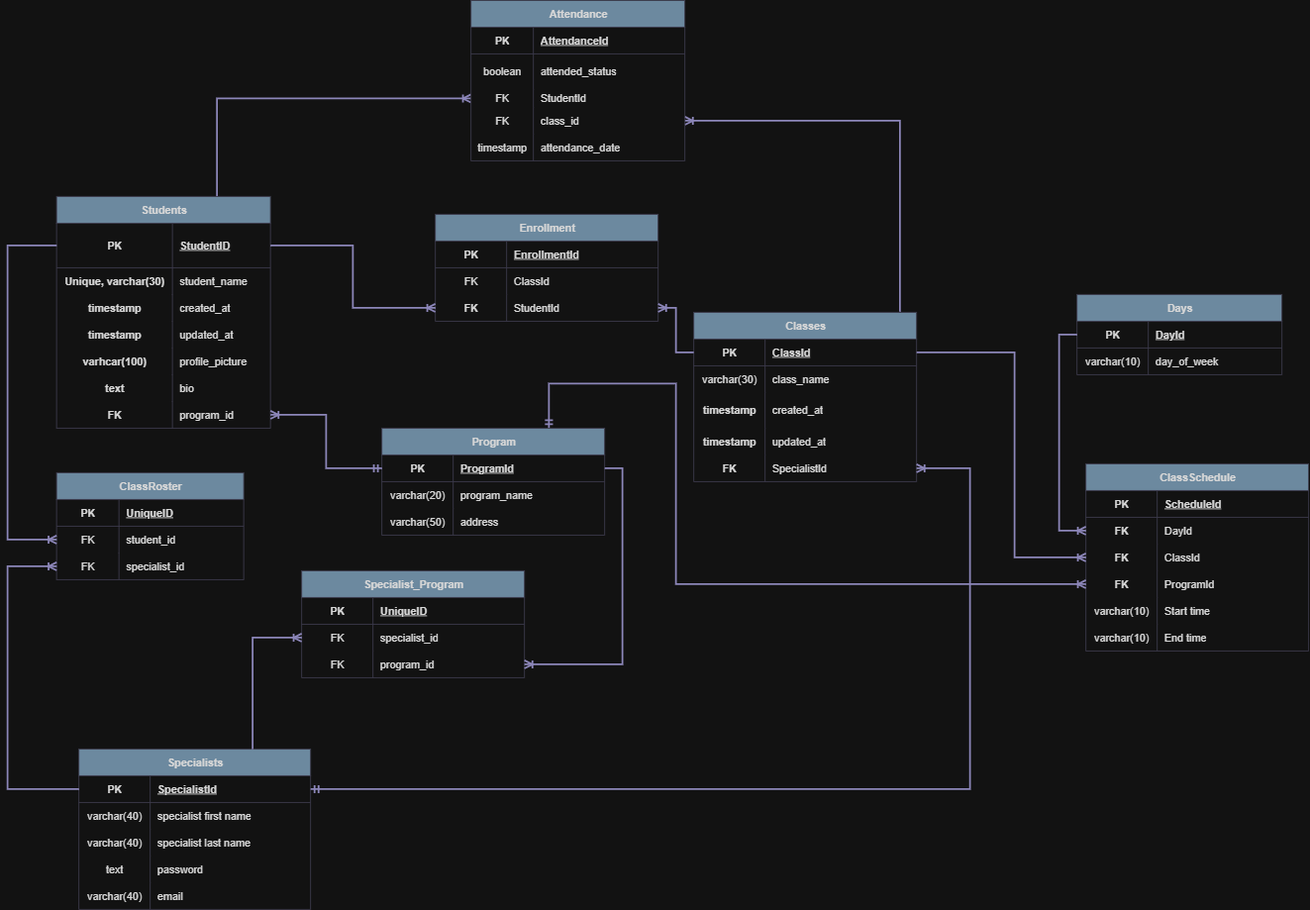
darienmiller88/AttendanceTracker keeps this draw.io diagram as AttendanceTrackerApp/docs/diagrams/attendance tracker schema diagram.png. Above is the earlier version. Source tidied: cells renumbered, new cells last; positions are measured from the earlier drawing's top-left corner, leaving out a move shared by most shapes.
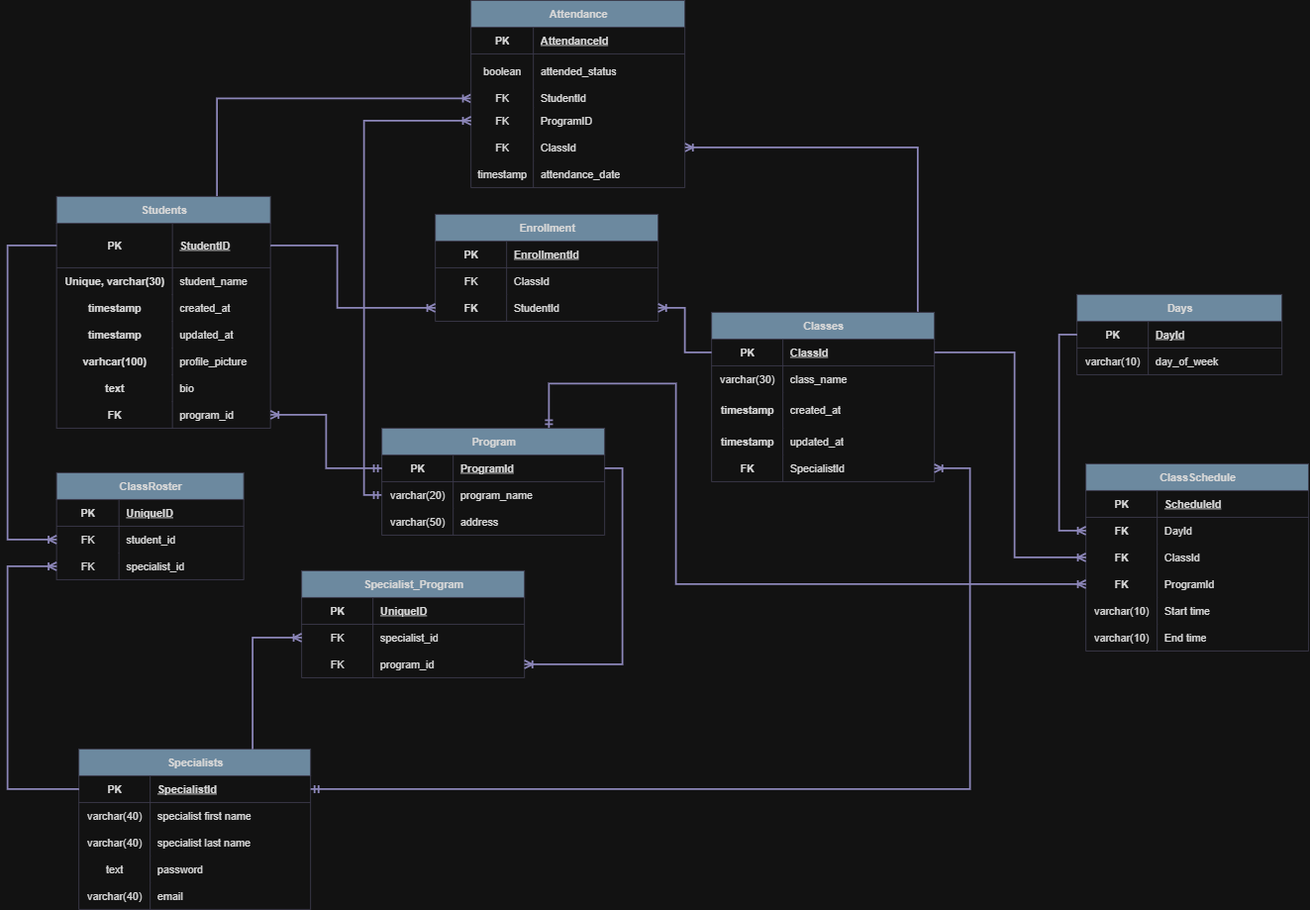
After the commit.

Commit message:
chore: updated design doc by typing out descriptions of db tables, for Attendance table

What changed in the source:
```diff
@@ -6,7 +6,7 @@
       <mxGeometry relative="1" as="geometry" />
     </mxCell>
     <mxCell id="3" value="Classes" style="shape=table;startSize=30;rowLines=0;fontStyle=1;align=center;html=1;labelBackgroundColor=none;fillColor=#5D7F99;strokeColor=#D0CEE2;fontColor=#1A1A1A;" parent="1" vertex="1">
-      <mxGeometry x="770" y="350" width="250" height="190" as="geometry" />
+      <mxGeometry x="790" y="350" width="250" height="190" as="geometry" />
     </mxCell>
     <mxCell id="4" style="shape=tableRow;horizontal=0;startSize=0;swimlaneHead=0;swimlaneBody=0;fillColor=none;points=[[0,0.5],[1,0.5]];portConstraint=eastwest;top=0;left=0;right=0;bottom=1;labelBackgroundColor=none;strokeColor=#D0CEE2;fontColor=#1A1A1A;" parent="3" vertex="1">
       <mxGeometry y="30" width="250" height="30" as="geometry" />
@@ -123,7 +123,7 @@
       <mxGeometry x="130" width="110" height="30" as="geometry" />
     </mxCell>
     <mxCell id="42" value="Attendance" style="shape=table;startSize=30;rowLines=0;fontStyle=1;align=center;html=1;labelBackgroundColor=none;fillColor=#5D7F99;strokeColor=#D0CEE2;fontColor=#1A1A1A;" parent="1" vertex="1">
-      <mxGeometry x="520" width="240" height="180" as="geometry" />
+      <mxGeometry x="520" width="240" height="210" as="geometry" />
     </mxCell>
     <mxCell id="43" style="shape=tableRow;horizontal=0;startSize=0;swimlaneHead=0;swimlaneBody=0;fillColor=none;top=0;left=0;right=0;bottom=1;labelBackgroundColor=none;strokeColor=#D0CEE2;fontColor=#1A1A1A;" parent="42" vertex="1">
       <mxGeometry y="30" width="240" height="30" as="geometry" />
@@ -152,17 +152,26 @@
     <mxCell id="51" value="StudentId" style="shape=partialRectangle;fillColor=none;top=0;left=0;bottom=0;right=0;align=left;spacingLeft=6;overflow=hidden;whiteSpace=wrap;html=1;labelBackgroundColor=none;strokeColor=#D0CEE2;fontColor=#1A1A1A;" parent="49" vertex="1">
       <mxGeometry x="70" width="170" height="20" as="geometry" />
     </mxCell>
+    <mxCell id="151" style="shape=tableRow;horizontal=0;startSize=0;swimlaneHead=0;swimlaneBody=0;fillColor=none;points=[[0,0.5],[1,0.5]];portConstraint=eastwest;top=0;left=0;right=0;bottom=0;labelBackgroundColor=none;strokeColor=#D0CEE2;fontColor=#1A1A1A;" parent="42" vertex="1">
+      <mxGeometry y="120" width="240" height="30" as="geometry" />
+    </mxCell>
+    <mxCell id="152" value="FK" style="shape=partialRectangle;fillColor=none;top=0;left=0;bottom=0;right=0;overflow=hidden;whiteSpace=wrap;html=1;labelBackgroundColor=none;strokeColor=#D0CEE2;fontColor=#1A1A1A;" parent="151" vertex="1">
+      <mxGeometry width="70" height="30" as="geometry" />
+    </mxCell>
+    <mxCell id="153" value="ProgramID" style="shape=partialRectangle;fillColor=none;top=0;left=0;bottom=0;right=0;align=left;spacingLeft=6;overflow=hidden;whiteSpace=wrap;html=1;labelBackgroundColor=none;strokeColor=#D0CEE2;fontColor=#1A1A1A;" parent="151" vertex="1">
+      <mxGeometry x="70" width="170" height="30" as="geometry" />
+    </mxCell>
     <mxCell id="52" style="shape=tableRow;horizontal=0;startSize=0;swimlaneHead=0;swimlaneBody=0;fillColor=none;points=[[0,0.5],[1,0.5]];portConstraint=eastwest;top=0;left=0;right=0;bottom=0;labelBackgroundColor=none;strokeColor=#D0CEE2;fontColor=#1A1A1A;" parent="42" vertex="1">
-      <mxGeometry y="120" width="240" height="30" as="geometry" />
+      <mxGeometry y="150" width="240" height="30" as="geometry" />
     </mxCell>
     <mxCell id="53" value="FK" style="shape=partialRectangle;fillColor=none;top=0;left=0;bottom=0;right=0;overflow=hidden;whiteSpace=wrap;html=1;labelBackgroundColor=none;strokeColor=#D0CEE2;fontColor=#1A1A1A;" parent="52" vertex="1">
       <mxGeometry width="70" height="30" as="geometry" />
     </mxCell>
-    <mxCell id="54" value="class_id" style="shape=partialRectangle;fillColor=none;top=0;left=0;bottom=0;right=0;align=left;spacingLeft=6;overflow=hidden;whiteSpace=wrap;html=1;labelBackgroundColor=none;strokeColor=#D0CEE2;fontColor=#1A1A1A;" parent="52" vertex="1">
+    <mxCell id="54" value="ClassId" style="shape=partialRectangle;fillColor=none;top=0;left=0;bottom=0;right=0;align=left;spacingLeft=6;overflow=hidden;whiteSpace=wrap;html=1;labelBackgroundColor=none;strokeColor=#D0CEE2;fontColor=#1A1A1A;" parent="52" vertex="1">
       <mxGeometry x="70" width="170" height="30" as="geometry" />
     </mxCell>
     <mxCell id="55" style="shape=tableRow;horizontal=0;startSize=0;swimlaneHead=0;swimlaneBody=0;fillColor=none;top=0;left=0;right=0;bottom=0;labelBackgroundColor=none;strokeColor=#D0CEE2;fontColor=#1A1A1A;" parent="42" vertex="1">
-      <mxGeometry y="150" width="240" height="30" as="geometry" />
+      <mxGeometry y="180" width="240" height="30" as="geometry" />
     </mxCell>
     <mxCell id="56" value="timestamp" style="shape=partialRectangle;fillColor=none;top=0;left=0;bottom=0;right=0;overflow=hidden;whiteSpace=wrap;html=1;labelBackgroundColor=none;strokeColor=#D0CEE2;fontColor=#1A1A1A;" parent="55" vertex="1">
       <mxGeometry width="70" height="30" as="geometry" />
@@ -308,7 +317,12 @@
       <mxGeometry x="80" width="170" height="30" as="geometry" />
     </mxCell>
     <mxCell id="102" style="edgeStyle=orthogonalEdgeStyle;rounded=0;jettySize=auto;html=1;exitX=1;exitY=0.5;exitDx=0;exitDy=0;entryX=0;entryY=0.5;entryDx=0;entryDy=0;strokeColor=#736CA8;fontColor=#1A1A1A;strokeWidth=2;endArrow=ERoneToMany;endFill=0;" parent="1" edge="1" source="21" target="99">
-      <mxGeometry relative="1" as="geometry" />
+      <mxGeometry relative="1" as="geometry">
+        <Array as="points">
+          <mxPoint x="370" y="275" />
+          <mxPoint x="370" y="345" />
+        </Array>
+      </mxGeometry>
     </mxCell>
     <mxCell id="103" style="edgeStyle=orthogonalEdgeStyle;fontSize=12;html=1;endArrow=ERoneToMany;startArrow=none;rounded=0;exitX=0;exitY=0.5;exitDx=0;exitDy=0;entryX=0;entryY=0.5;entryDx=0;entryDy=0;labelBackgroundColor=none;strokeColor=#736CA8;fontColor=default;startFill=0;endFill=0;strokeWidth=2;" parent="1" edge="1" source="21" target="85">
       <mxGeometry relative="1" as="geometry">
@@ -428,6 +442,9 @@
         </Array>
       </mxGeometry>
     </mxCell>
+    <mxCell id="154" style="edgeStyle=orthogonalEdgeStyle;rounded=0;jettySize=auto;html=1;exitX=0;exitY=0.5;exitDx=0;exitDy=0;entryX=0;entryY=0.5;entryDx=0;entryDy=0;strokeColor=#736CA8;fontColor=#1A1A1A;strokeWidth=2;endArrow=ERoneToMany;endFill=0;startArrow=ERmandOne;startFill=0;" parent="1" edge="1" source="141" target="151">
+      <mxGeometry relative="1" as="geometry" />
+    </mxCell>
     <mxCell id="137" value="Program" style="shape=table;startSize=30;rowLines=0;fontStyle=1;align=center;html=1;strokeColor=#D0CEE2;fontColor=#1A1A1A;fillColor=#5D7F99;" parent="1" vertex="1">
       <mxGeometry x="420" y="480" width="250" height="120" as="geometry" />
     </mxCell>
```
